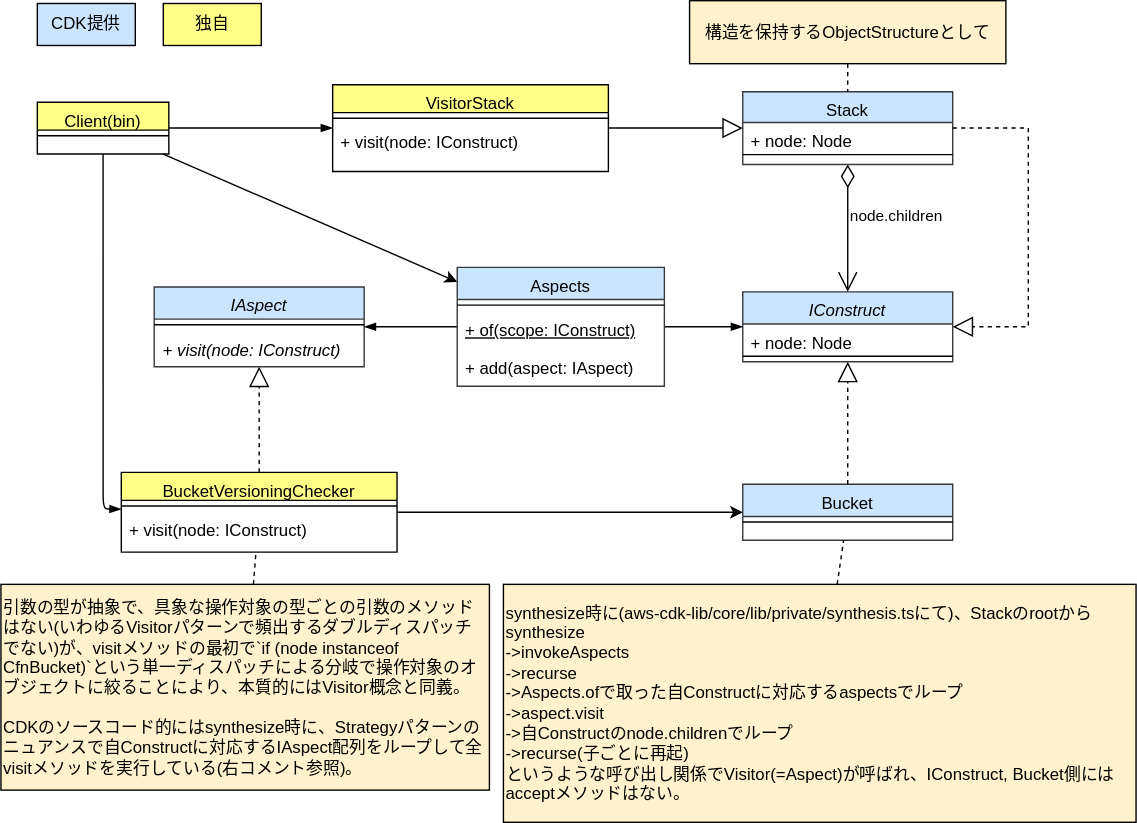
Earlier version of the draw.io export drawio/visitor/visitor-cdk-simplified.drawio.svg (go-to-k/cdk-gof-design-pattern). Source tidied: cells renumbered, new cells last; positions are measured from the earlier drawing's top-left corner, leaving out a move shared by most shapes.
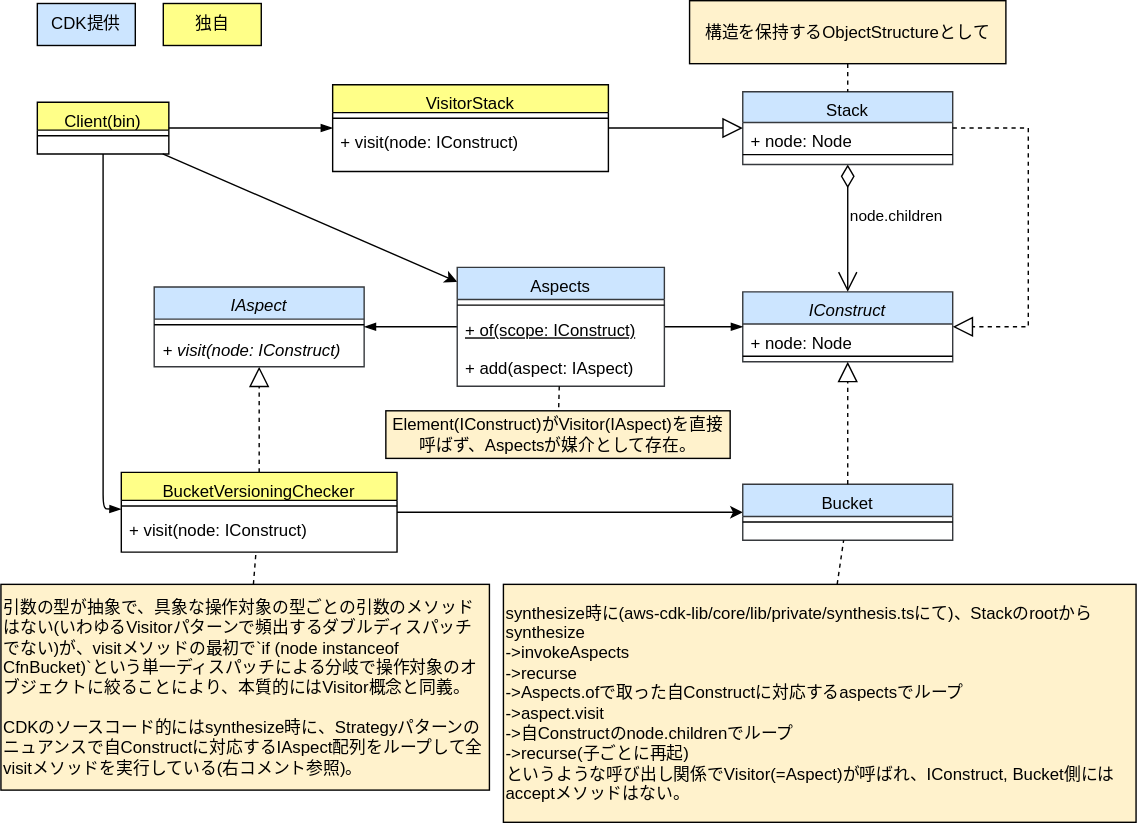
Above is the later version.

Commit message:
update visitor diagrams

Change to the diagram source:
```diff
@@ -137,5 +137,11 @@
         </Array>
       </mxGeometry>
     </mxCell>
+    <mxCell id="44" value="Element(IConstruct)がVisitor(IAspect)を直接呼ばず、Aspectsが媒介として存在。" style="text;html=1;strokeColor=#000000;fillColor=#fff2cc;align=center;verticalAlign=middle;whiteSpace=wrap;rounded=0;fontColor=#000000;" parent="1" vertex="1">
+      <mxGeometry x="275" y="293" width="246" height="34" as="geometry" />
+    </mxCell>
+    <mxCell id="45" style="edgeStyle=none;html=1;strokeColor=#000000;endArrow=none;endFill=0;dashed=1;" parent="1" edge="1" source="39" target="44">
+      <mxGeometry relative="1" as="geometry" />
+    </mxCell>
   </root>
 </mxGraphModel>
```
